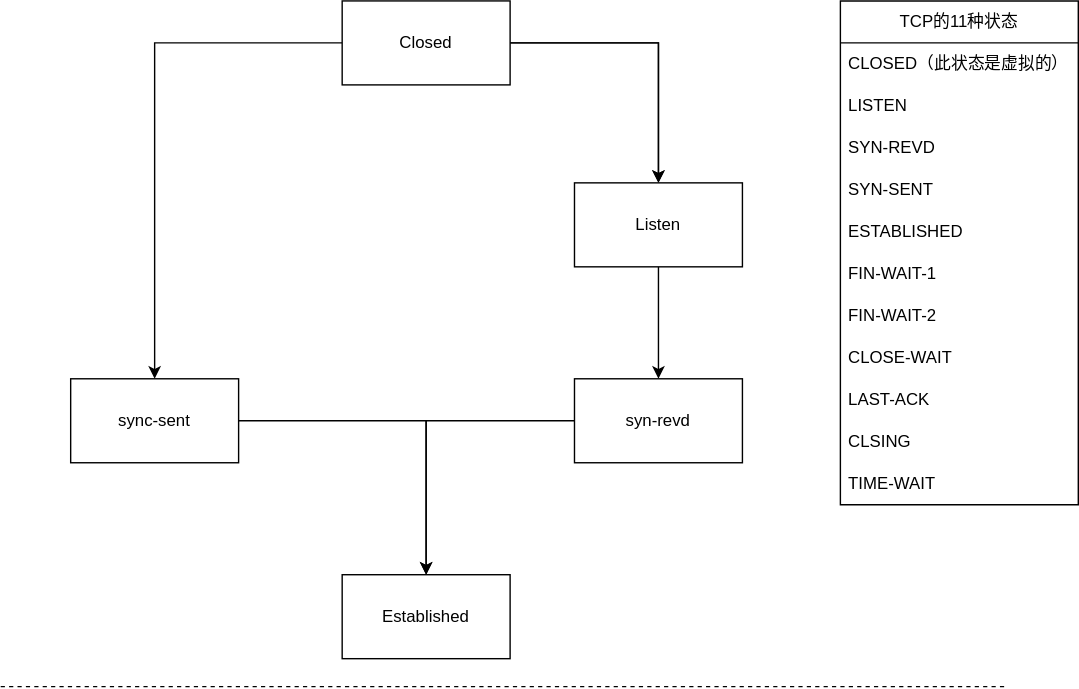
Before: TCP状态.drawio.svg, a diagram exported from draw.io (WithoutCause/draw.io). Source tidied: cells renumbered, new cells last; positions are measured from the earlier drawing's top-left corner, leaving out a move shared by most shapes.
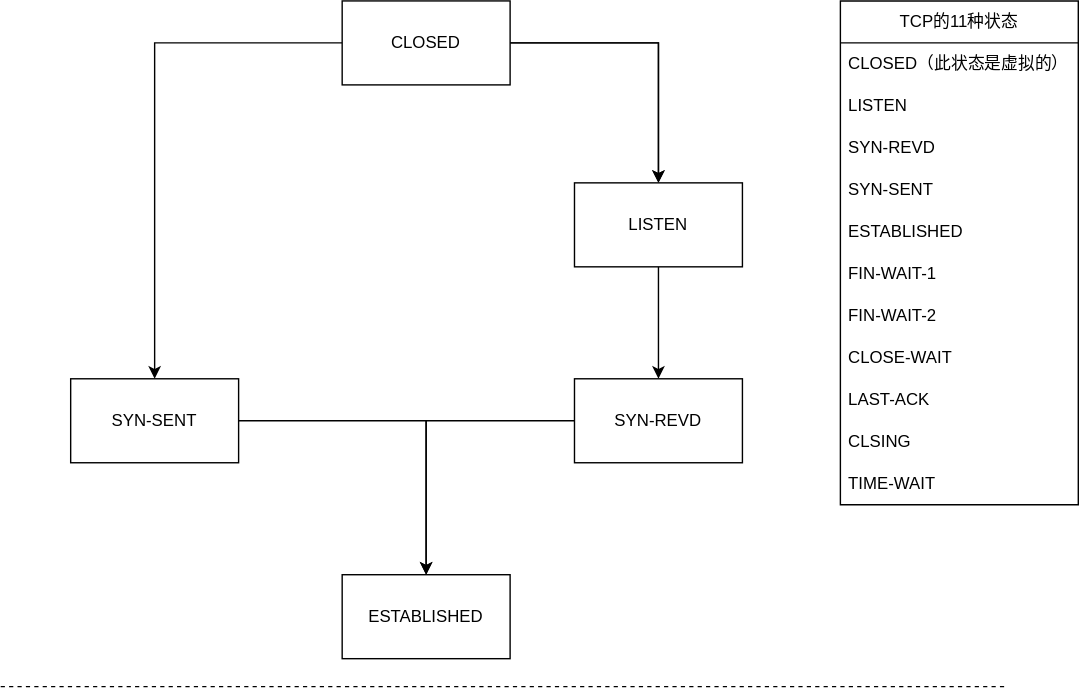
Later version of the same file.

Commit message:
状态使用大写

What changed in the source:
```diff
@@ -11,28 +11,28 @@
     <mxCell id="4" style="edgeStyle=orthogonalEdgeStyle;rounded=0;jettySize=auto;html=1;" parent="1" edge="1" source="5" target="11">
       <mxGeometry relative="1" as="geometry" />
     </mxCell>
-    <mxCell id="5" value="Closed" style="rounded=0;whiteSpace=wrap;html=1;" parent="1" vertex="1">
+    <mxCell id="5" value="CLOSED" style="rounded=0;whiteSpace=wrap;html=1;" parent="1" vertex="1">
       <mxGeometry x="244" width="120" height="60" as="geometry" />
     </mxCell>
     <mxCell id="6" style="edgeStyle=orthogonalEdgeStyle;rounded=0;jettySize=auto;html=1;" parent="1" edge="1" source="7" target="9">
       <mxGeometry relative="1" as="geometry" />
     </mxCell>
-    <mxCell id="7" value="Listen" style="rounded=0;whiteSpace=wrap;html=1;" parent="1" vertex="1">
+    <mxCell id="7" value="LISTEN" style="rounded=0;whiteSpace=wrap;html=1;" parent="1" vertex="1">
       <mxGeometry x="410" y="130" width="120" height="60" as="geometry" />
     </mxCell>
     <mxCell id="8" style="edgeStyle=orthogonalEdgeStyle;rounded=0;jettySize=auto;html=1;" parent="1" edge="1" source="9" target="12">
       <mxGeometry relative="1" as="geometry" />
     </mxCell>
-    <mxCell id="9" value="syn-revd" style="whiteSpace=wrap;html=1;rounded=0;" parent="1" vertex="1">
+    <mxCell id="9" value="SYN-REVD" style="whiteSpace=wrap;html=1;rounded=0;" parent="1" vertex="1">
       <mxGeometry x="410" y="270" width="120" height="60" as="geometry" />
     </mxCell>
     <mxCell id="10" style="edgeStyle=orthogonalEdgeStyle;rounded=0;jettySize=auto;html=1;" parent="1" edge="1" source="11" target="12">
       <mxGeometry relative="1" as="geometry" />
     </mxCell>
-    <mxCell id="11" value="sync-sent" style="whiteSpace=wrap;html=1;rounded=0;" parent="1" vertex="1">
+    <mxCell id="11" value="SYN-SENT" style="whiteSpace=wrap;html=1;rounded=0;" parent="1" vertex="1">
       <mxGeometry x="50" y="270" width="120" height="60" as="geometry" />
     </mxCell>
-    <mxCell id="12" value="Established" style="whiteSpace=wrap;html=1;rounded=0;" parent="1" vertex="1">
+    <mxCell id="12" value="ESTABLISHED" style="whiteSpace=wrap;html=1;rounded=0;" parent="1" vertex="1">
       <mxGeometry x="244" y="410" width="120" height="60" as="geometry" />
     </mxCell>
     <mxCell id="13" style="endArrow=none;dashed=1;html=1;rounded=0;" parent="1" edge="1">
```
